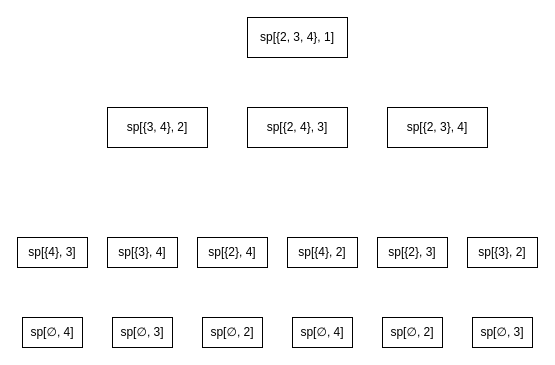
Before: 运筹学/运筹学1.drawio in AgentGuo/flow_chart, a draw.io diagram. Source tidied: cells renumbered, new cells numbered last; positions are measured from the earlier drawing's top-left corner, leaving out a move shared by most shapes. Both pictures are drawn from the tidied source at 100%, with x=0, y=0 at pixel (17, 17).
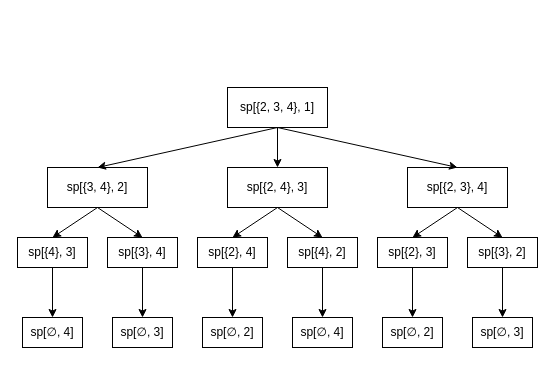
After the change.

Commit message (it also covers changes not shown here):
更新运筹学1.drawio

The change refers to these unchanged cells:
```xml
<mxCell id="6" value="sp[{4}, 3]" style="rounded=0;whiteSpace=wrap;html=1;" parent="1" vertex="1">
  <mxGeometry y="220" width="70" height="30" as="geometry" />
</mxCell>
<mxCell id="7" value="sp[{3}, 4]" style="rounded=0;whiteSpace=wrap;html=1;" parent="1" vertex="1">
  <mxGeometry x="90" y="220" width="70" height="30" as="geometry" />
</mxCell>
<mxCell id="8" value="sp[{2}, 4]" style="rounded=0;whiteSpace=wrap;html=1;" parent="1" vertex="1">
  <mxGeometry x="180" y="220" width="70" height="30" as="geometry" />
</mxCell>
<mxCell id="9" value="sp[{4}, 2]" style="rounded=0;whiteSpace=wrap;html=1;" parent="1" vertex="1">
  <mxGeometry x="270" y="220" width="70" height="30" as="geometry" />
</mxCell>
<mxCell id="10" value="sp[{2}, 3]" style="rounded=0;whiteSpace=wrap;html=1;" parent="1" vertex="1">
  <mxGeometry x="360" y="220" width="70" height="30" as="geometry" />
</mxCell>
<mxCell id="11" value="sp[{3}, 2]" style="rounded=0;whiteSpace=wrap;html=1;" parent="1" vertex="1">
  <mxGeometry x="450" y="220" width="70" height="30" as="geometry" />
</mxCell>
<mxCell id="12" value="sp[∅, 4]" style="rounded=0;whiteSpace=wrap;html=1;" parent="1" vertex="1">
  <mxGeometry x="5" y="300" width="60" height="30" as="geometry" />
</mxCell>
<mxCell id="13" value="sp[∅, 3]" style="rounded=0;whiteSpace=wrap;html=1;" parent="1" vertex="1">
  <mxGeometry x="95" y="300" width="60" height="30" as="geometry" />
</mxCell>
<mxCell id="14" value="sp[∅, 2]" style="rounded=0;whiteSpace=wrap;html=1;" parent="1" vertex="1">
  <mxGeometry x="185" y="300" width="60" height="30" as="geometry" />
</mxCell>
<mxCell id="15" value="sp[∅, 4]" style="rounded=0;whiteSpace=wrap;html=1;" parent="1" vertex="1">
  <mxGeometry x="275" y="300" width="60" height="30" as="geometry" />
</mxCell>
<mxCell id="16" value="sp[∅, 2]" style="rounded=0;whiteSpace=wrap;html=1;" parent="1" vertex="1">
  <mxGeometry x="365" y="300" width="60" height="30" as="geometry" />
</mxCell>
<mxCell id="17" value="sp[∅, 3]" style="rounded=0;whiteSpace=wrap;html=1;" parent="1" vertex="1">
  <mxGeometry x="455" y="300" width="60" height="30" as="geometry" />
</mxCell>
```

What changed in the source:
```diff
@@
     <mxCell id="2" value="sp[{2, 3, 4}, 1]" style="rounded=0;whiteSpace=wrap;html=1;" parent="1" vertex="1">
-      <mxGeometry x="230" width="100" height="40" as="geometry" />
+      <mxGeometry x="210" y="70" width="100" height="40" as="geometry" />
     </mxCell>
     <mxCell id="3" value="sp[{3, 4}, 2]" style="rounded=0;whiteSpace=wrap;html=1;" parent="1" vertex="1">
-      <mxGeometry x="90" y="90" width="100" height="40" as="geometry" />
+      <mxGeometry x="30" y="150" width="100" height="40" as="geometry" />
     </mxCell>
     <mxCell id="4" value="sp[{2, 4}, 3]" style="rounded=0;whiteSpace=wrap;html=1;" parent="1" vertex="1">
-      <mxGeometry x="230" y="90" width="100" height="40" as="geometry" />
+      <mxGeometry x="210" y="150" width="100" height="40" as="geometry" />
     </mxCell>
     <mxCell id="5" value="sp[{2, 3}, 4]" style="rounded=0;whiteSpace=wrap;html=1;" parent="1" vertex="1">
-      <mxGeometry x="370" y="90" width="100" height="40" as="geometry" />
+      <mxGeometry x="390" y="150" width="100" height="40" as="geometry" />
     </mxCell>
+    <mxCell id="18" style="edgeStyle=orthogonalEdgeStyle;rounded=0;jettySize=auto;html=1;" parent="1" edge="1" source="6" target="12">
+      <mxGeometry relative="1" as="geometry" />
+    </mxCell>
@@
+    <mxCell id="19" style="edgeStyle=orthogonalEdgeStyle;rounded=0;jettySize=auto;html=1;entryX=0.5;entryY=0;entryDx=0;entryDy=0;" parent="1" edge="1" source="7" target="13">
+      <mxGeometry relative="1" as="geometry" />
+    </mxCell>
@@
+    <mxCell id="20" style="edgeStyle=orthogonalEdgeStyle;rounded=0;jettySize=auto;html=1;" parent="1" edge="1" source="8" target="14">
+      <mxGeometry relative="1" as="geometry" />
+    </mxCell>
@@
+    <mxCell id="21" style="edgeStyle=orthogonalEdgeStyle;rounded=0;jettySize=auto;html=1;" parent="1" edge="1" source="9" target="15">
+      <mxGeometry relative="1" as="geometry" />
+    </mxCell>
@@
+    <mxCell id="22" style="edgeStyle=orthogonalEdgeStyle;rounded=0;jettySize=auto;html=1;" parent="1" edge="1" source="10" target="16">
+      <mxGeometry relative="1" as="geometry" />
+    </mxCell>
@@
+    <mxCell id="23" style="edgeStyle=orthogonalEdgeStyle;rounded=0;jettySize=auto;html=1;" parent="1" edge="1" source="11" target="17">
+      <mxGeometry relative="1" as="geometry" />
+    </mxCell>
@@
+    <mxCell id="24" style="endArrow=classic;html=1;rounded=0;exitX=0.5;exitY=1;exitDx=0;exitDy=0;entryX=0.5;entryY=0;entryDx=0;entryDy=0;" parent="1" edge="1" source="2" target="3">
+      <mxGeometry relative="1" as="geometry" />
+    </mxCell>
+    <mxCell id="25" style="endArrow=classic;html=1;rounded=0;exitX=0.5;exitY=1;exitDx=0;exitDy=0;entryX=0.5;entryY=0;entryDx=0;entryDy=0;" parent="1" edge="1" source="2" target="5">
+      <mxGeometry relative="1" as="geometry" />
+    </mxCell>
+    <mxCell id="26" style="endArrow=classic;html=1;rounded=0;exitX=0.5;exitY=1;exitDx=0;exitDy=0;entryX=0.5;entryY=0;entryDx=0;entryDy=0;" parent="1" edge="1" source="2" target="4">
+      <mxGeometry relative="1" as="geometry" />
+    </mxCell>
+    <mxCell id="27" style="endArrow=classic;html=1;rounded=0;exitX=0.5;exitY=1;exitDx=0;exitDy=0;entryX=0.5;entryY=0;entryDx=0;entryDy=0;" parent="1" edge="1" source="3" target="6">
+      <mxGeometry relative="1" as="geometry" />
+    </mxCell>
+    <mxCell id="28" style="endArrow=classic;html=1;rounded=0;exitX=0.5;exitY=1;exitDx=0;exitDy=0;entryX=0.5;entryY=0;entryDx=0;entryDy=0;" parent="1" edge="1" source="3" target="7">
+      <mxGeometry relative="1" as="geometry" />
+    </mxCell>
+    <mxCell id="29" style="endArrow=classic;html=1;rounded=0;exitX=0.5;exitY=1;exitDx=0;exitDy=0;entryX=0.5;entryY=0;entryDx=0;entryDy=0;" parent="1" edge="1" source="4" target="8">
+      <mxGeometry relative="1" as="geometry" />
+    </mxCell>
+    <mxCell id="30" style="endArrow=classic;html=1;rounded=0;exitX=0.5;exitY=1;exitDx=0;exitDy=0;entryX=0.5;entryY=0;entryDx=0;entryDy=0;" parent="1" edge="1" source="4" target="9">
+      <mxGeometry relative="1" as="geometry" />
+    </mxCell>
+    <mxCell id="31" style="endArrow=classic;html=1;rounded=0;exitX=0.5;exitY=1;exitDx=0;exitDy=0;entryX=0.5;entryY=0;entryDx=0;entryDy=0;" parent="1" edge="1" source="5" target="10">
+      <mxGeometry relative="1" as="geometry" />
+    </mxCell>
+    <mxCell id="32" style="endArrow=classic;html=1;rounded=0;exitX=0.5;exitY=1;exitDx=0;exitDy=0;entryX=0.5;entryY=0;entryDx=0;entryDy=0;" parent="1" edge="1" source="5" target="11">
+      <mxGeometry relative="1" as="geometry" />
+    </mxCell>
```
